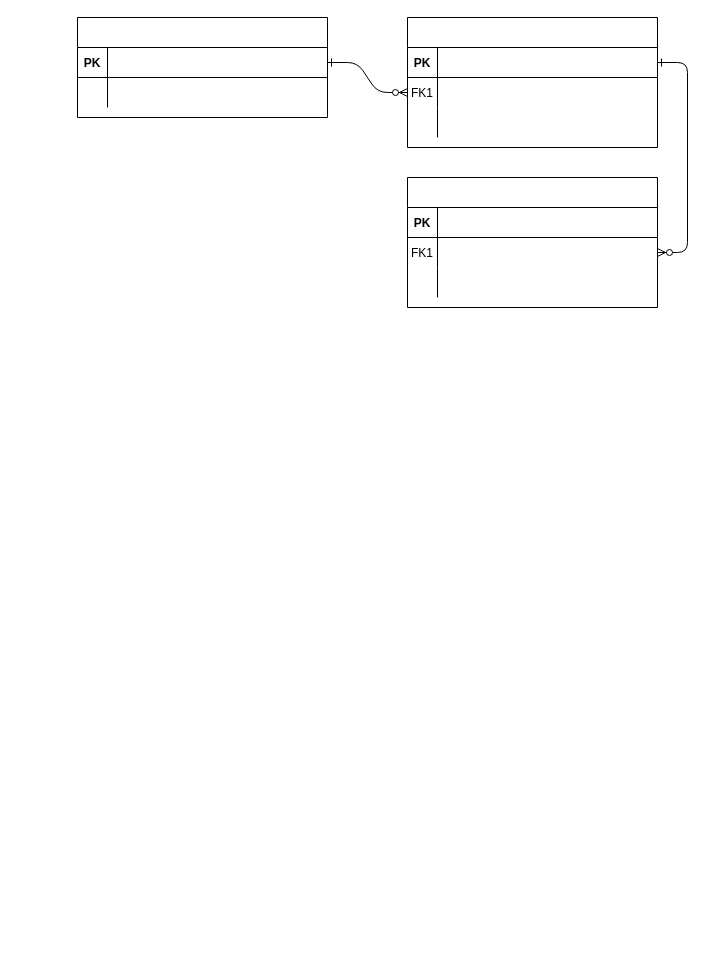
The draw.io diagram Diagrama-de-Entidad-de-Relaciones.drawio in Jose-AA/TP-Barcos-Dise-o-y-Administracion-de-bd-Grupo-11, before the edit. Source tidied: cells renumbered, new cells numbered last; positions are measured from the earlier drawing's top-left corner, leaving out a move shared by most shapes. Both pictures are drawn from the tidied source at 100%, with x=0, y=0 at pixel (77, 17).
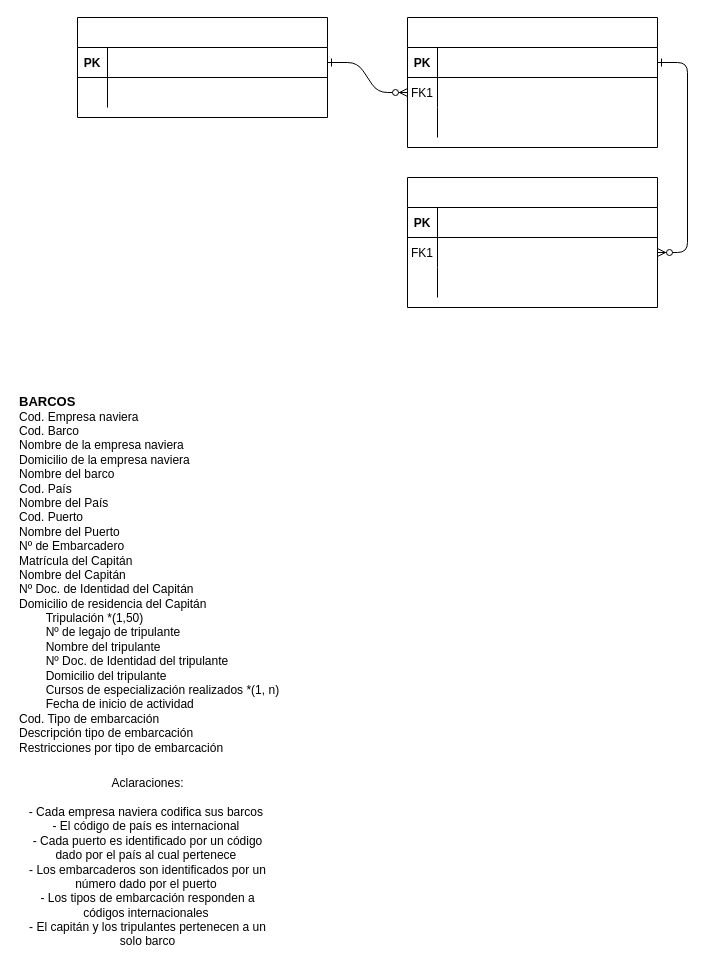
The same page after the edit.

Commit message:
Se agrega la tabla inicial y las aclaraciones

Diff of the diagram source:
```diff
@@
+    <mxCell id="31" value="&lt;b&gt;&lt;font style=&quot;font-size: 13px;&quot;&gt;BARCOS&lt;/font&gt;&lt;/b&gt;&lt;br&gt;Cod. Empresa naviera&lt;br&gt;Cod. Barco&lt;br&gt;Nombre de la empresa naviera&lt;br&gt;Domicilio de la empresa naviera&lt;br&gt;Nombre del barco&lt;br&gt;Cod. País&lt;br&gt;Nombre del País&lt;br&gt;Cod. Puerto&lt;br&gt;Nombre del Puerto&lt;br&gt;Nº de Embarcadero&lt;br&gt;Matrícula del Capitán&lt;br&gt;Nombre del Capitán&lt;br&gt;Nº Doc. de Identidad del Capitán&lt;br&gt;Domicilio de residencia del Capitán&lt;br&gt;&lt;span style=&quot;white-space: pre;&quot;&gt;&#9;&lt;/span&gt;Tripulación *(1,50)&lt;br&gt;&lt;span style=&quot;white-space: pre;&quot;&gt;&#9;&lt;/span&gt;Nº de legajo de tripulante&lt;br&gt;&lt;span style=&quot;white-space: pre;&quot;&gt;&#9;&lt;/span&gt;Nombre del tripulante&lt;br&gt;&lt;span style=&quot;white-space: pre;&quot;&gt;&#9;&lt;/span&gt;Nº Doc. de Identidad del tripulante&lt;br&gt;&lt;span style=&quot;white-space: pre;&quot;&gt;&#9;&lt;/span&gt;Domicilio del tripulante&lt;br&gt;&lt;span style=&quot;white-space: pre;&quot;&gt;&#9;&lt;/span&gt;Cursos de especialización realizados *(1, n)&lt;br&gt;&lt;span style=&quot;white-space: pre;&quot;&gt;&#9;&lt;/span&gt;Fecha de inicio de actividad&lt;br&gt;Cod. Tipo de embarcación&lt;br&gt;Descripción tipo de embarcación&lt;br&gt;Restricciones por tipo de embarcación" style="text;whiteSpace=wrap;html=1;" parent="1" vertex="1">
+      <mxGeometry x="-60" y="370" width="270" height="380" as="geometry" />
+    </mxCell>
+    <mxCell id="32" value="Aclaraciones:&lt;div&gt;&lt;br&gt;&lt;/div&gt;&lt;div&gt;- Cada empresa naviera codifica sus barcos&amp;nbsp;&lt;/div&gt;&lt;div&gt;- El código de país es internacional&amp;nbsp;&lt;/div&gt;&lt;div&gt;- Cada puerto es identificado por un código&lt;br/&gt;dado por el país al cual pertenece&amp;nbsp;&lt;/div&gt;&lt;div&gt;- Los embarcaderos son identificados por un&lt;br/&gt;número dado por el puerto&amp;nbsp;&lt;/div&gt;&lt;div&gt;- Los tipos de embarcación responden a&lt;br/&gt;códigos internacionales&amp;nbsp;&lt;/div&gt;&lt;div&gt;- El capitán y los tripulantes pertenecen a un&lt;br/&gt;solo barco&lt;br&gt;&lt;/div&gt;" style="text;html=1;align=center;verticalAlign=middle;strokeColor=none;fillColor=none;" parent="1" vertex="1">
+      <mxGeometry x="-60" y="750" width="260" height="190" as="geometry" />
+    </mxCell>
```
